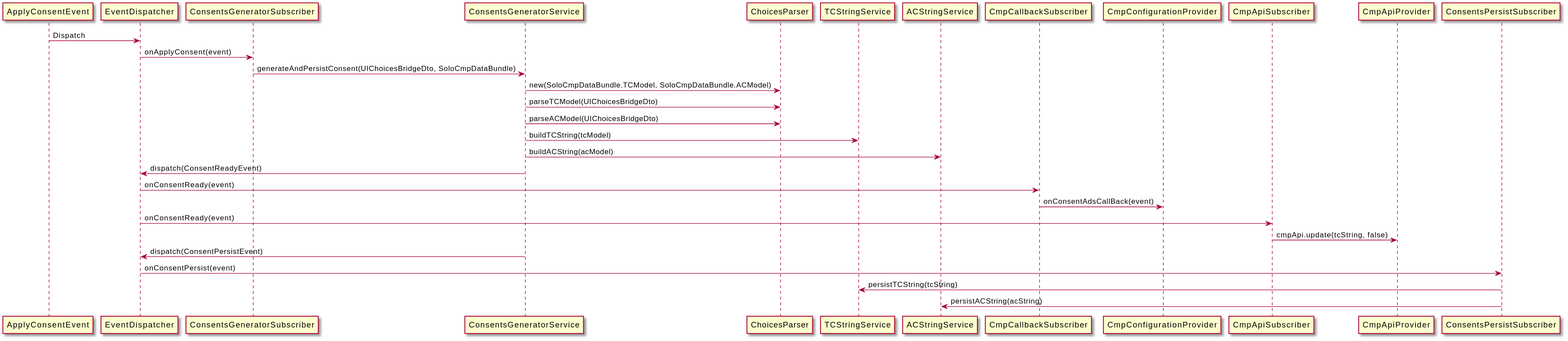
Above: doc/sequence-diagrams/img/apply-consent-event-flow.svg in pubtech-ai/solo-cmp (PlantUML), before the change. The source it was exported from:
```plantuml
@startuml
ApplyConsentEvent -> EventDispatcher: Dispatch
EventDispatcher -> ConsentsGeneratorSubscriber : onApplyConsent(event)
ConsentsGeneratorSubscriber -> ConsentsGeneratorService : generateAndPersistConsent(UIChoicesBridgeDto, SoloCmpDataBundle)
ConsentsGeneratorService -> ChoicesParser : new(SoloCmpDataBundle.TCModel, SoloCmpDataBundle.ACModel)
ConsentsGeneratorService -> ChoicesParser : parseTCModel(UIChoicesBridgeDto)
ConsentsGeneratorService -> ChoicesParser : parseACModel(UIChoicesBridgeDto)
ConsentsGeneratorService -> TCStringService : buildTCString(tcModel)
ConsentsGeneratorService -> ACStringService : buildACString(acModel)
ConsentsGeneratorService -> EventDispatcher : dispatch(ConsentReadyEvent)
EventDispatcher -> CmpCallbackSubscriber : onConsentReady(event)
CmpCallbackSubscriber -> CmpConfigurationProvider : onConsentAdsCallBack(event)
EventDispatcher -> CmpApiSubscriber : onConsentReady(event)
CmpApiSubscriber -> CmpApiProvider : cmpApi.update(tcString, false)
ConsentsGeneratorService -> EventDispatcher : dispatch(ConsentPersistEvent)
EventDispatcher -> ConsentsPersistSubscriber : onConsentPersist(event)
ConsentsPersistSubscriber -> TCStringService : persistTCString(tcString)
ConsentsPersistSubscriber -> ACStringService : persistACString(acString)
@enduml
```
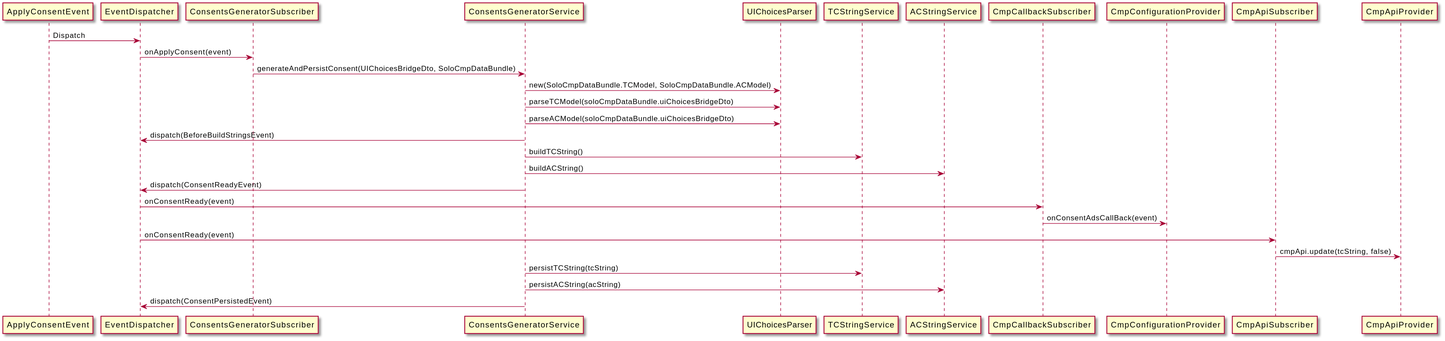
The same file after the commit.

The edit, as a diff of the source:
```diff
@@ -2,18 +2,18 @@
 ApplyConsentEvent -> EventDispatcher: Dispatch
 EventDispatcher -> ConsentsGeneratorSubscriber : onApplyConsent(event)
 ConsentsGeneratorSubscriber -> ConsentsGeneratorService : generateAndPersistConsent(UIChoicesBridgeDto, SoloCmpDataBundle)
-ConsentsGeneratorService -> ChoicesParser : new(SoloCmpDataBundle.TCModel, SoloCmpDataBundle.ACModel)
-ConsentsGeneratorService -> ChoicesParser : parseTCModel(UIChoicesBridgeDto)
-ConsentsGeneratorService -> ChoicesParser : parseACModel(UIChoicesBridgeDto)
-ConsentsGeneratorService -> TCStringService : buildTCString(tcModel)
-ConsentsGeneratorService -> ACStringService : buildACString(acModel)
+ConsentsGeneratorService -> UIChoicesParser : new(SoloCmpDataBundle.TCModel, SoloCmpDataBundle.ACModel)
+ConsentsGeneratorService -> UIChoicesParser : parseTCModel(soloCmpDataBundle.uiChoicesBridgeDto)
+ConsentsGeneratorService -> UIChoicesParser : parseACModel(soloCmpDataBundle.uiChoicesBridgeDto)
+ConsentsGeneratorService -> EventDispatcher : dispatch(BeforeBuildStringsEvent)
+ConsentsGeneratorService -> TCStringService : buildTCString()
+ConsentsGeneratorService -> ACStringService : buildACString()
 ConsentsGeneratorService -> EventDispatcher : dispatch(ConsentReadyEvent)
 EventDispatcher -> CmpCallbackSubscriber : onConsentReady(event)
 CmpCallbackSubscriber -> CmpConfigurationProvider : onConsentAdsCallBack(event)
 EventDispatcher -> CmpApiSubscriber : onConsentReady(event)
 CmpApiSubscriber -> CmpApiProvider : cmpApi.update(tcString, false)
-ConsentsGeneratorService -> EventDispatcher : dispatch(ConsentPersistEvent)
-EventDispatcher -> ConsentsPersistSubscriber : onConsentPersist(event)
-ConsentsPersistSubscriber -> TCStringService : persistTCString(tcString)
-ConsentsPersistSubscriber -> ACStringService : persistACString(acString)
+ConsentsGeneratorService -> TCStringService : persistTCString(tcString)
+ConsentsGeneratorService -> ACStringService : persistACString(acString)
+ConsentsGeneratorService -> EventDispatcher : dispatch(ConsentPersistedEvent)
 @enduml
```
